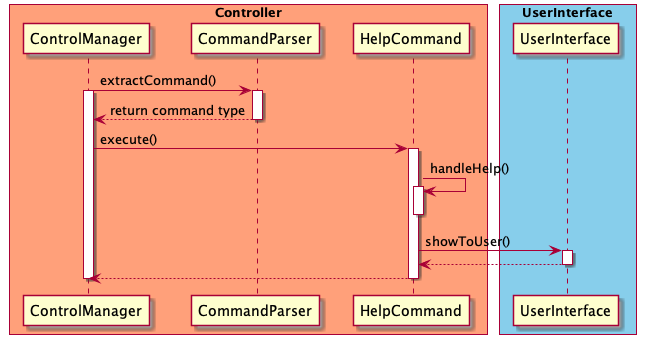
The PlantUML diagram docs/diagram/Help.png in untitle4/tp, before a commit. The source it was exported from:
```plantuml
@startuml

skinparam ParticipantPadding 10
skinparam BoxPadding 5

box "Controller" #LightSalmon
participant ControlManager
participant CommandParser
participant HelpCommand
end box

box "UserInterface" #skyblue
participant UserInterface
end box


ControlManager -> CommandParser: extractCommand()
activate ControlManager
activate CommandParser
CommandParser --> ControlManager: return command type
deactivate CommandParser

ControlManager -> HelpCommand: execute()
activate HelpCommand
HelpCommand -> HelpCommand: handleHelp()
activate HelpCommand
deactivate HelpCommand

HelpCommand -> UserInterface: showToUser()
activate UserInterface
UserInterface --> HelpCommand
deactivate UserInterface
HelpCommand --> ControlManager

deactivate ControlManager
deactivate HelpCommand

@enduml
```
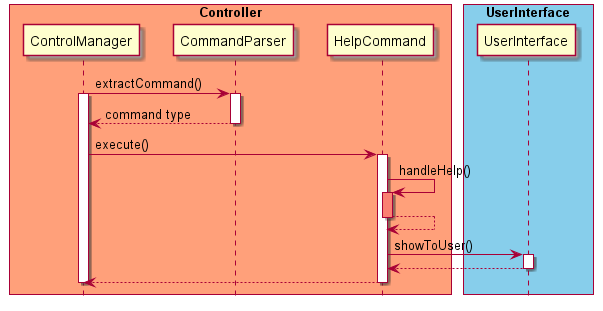
The same diagram one commit later.

Diff of the diagram source:
```diff
@@ -2,6 +2,7 @@
 
 skinparam ParticipantPadding 10
 skinparam BoxPadding 5
+hide footbox
 
 box "Controller" #LightSalmon
 participant ControlManager
@@ -17,13 +18,14 @@
 ControlManager -> CommandParser: extractCommand()
 activate ControlManager
 activate CommandParser
-CommandParser --> ControlManager: return command type
+CommandParser --> ControlManager: command type
 deactivate CommandParser
 
 ControlManager -> HelpCommand: execute()
 activate HelpCommand
 HelpCommand -> HelpCommand: handleHelp()
-activate HelpCommand
+activate HelpCommand #salmon
+HelpCommand --> HelpCommand
 deactivate HelpCommand
 
 HelpCommand -> UserInterface: showToUser()
```
